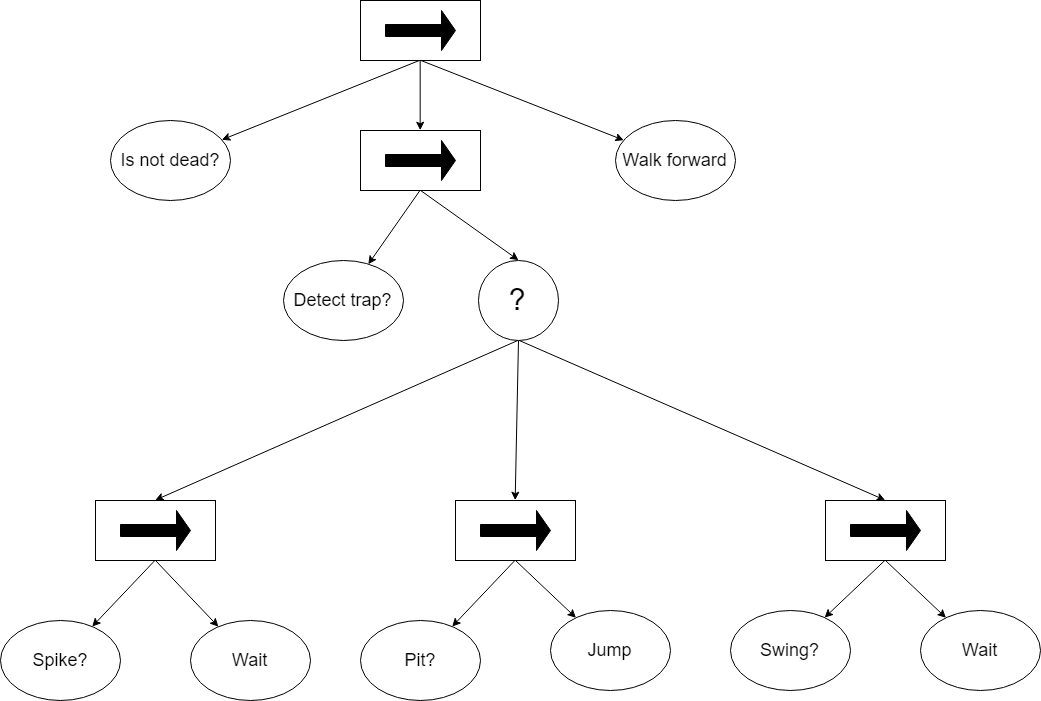
Above: Untitled Diagram.png in ace-english/hoard (draw.io), before the change. Source tidied: cells renumbered, new cells last; positions are measured from the earlier drawing's top-left corner, leaving out a move shared by most shapes.
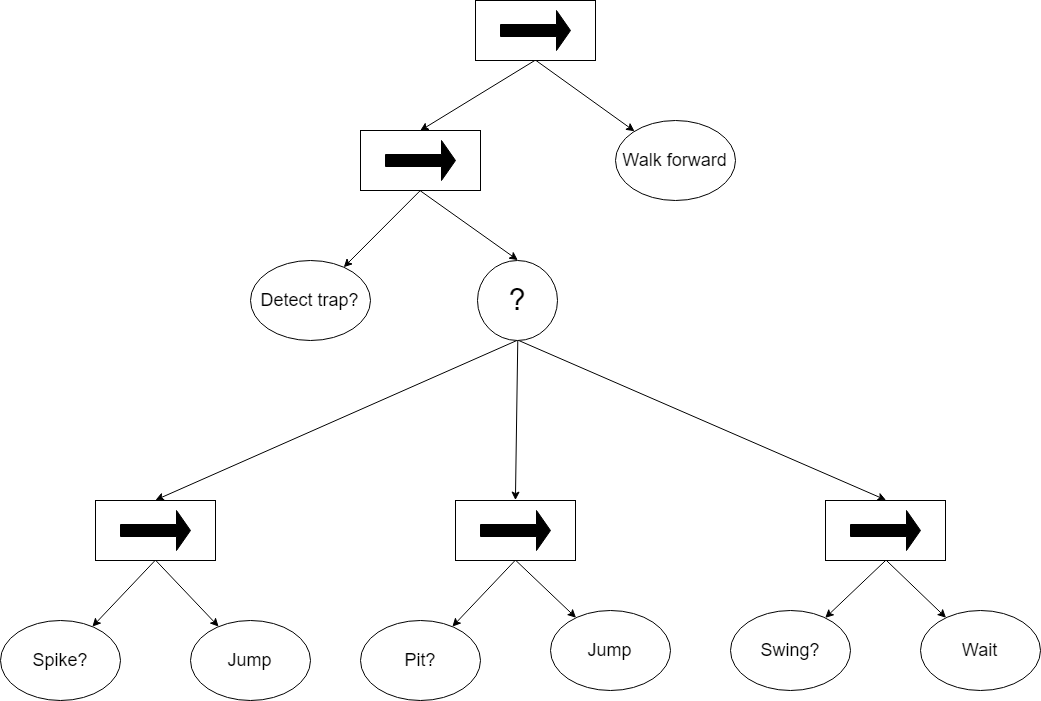
The same diagram one commit later.

Diff of the diagram source:
```diff
@@ -32,14 +32,11 @@
     <mxCell id="11" style="edgeStyle=none;rounded=0;jettySize=auto;html=1;exitX=0.5;exitY=1;exitDx=0;exitDy=0;" parent="1" edge="1" source="13" target="28">
       <mxGeometry relative="1" as="geometry" />
     </mxCell>
-    <mxCell id="12" style="edgeStyle=none;rounded=0;jettySize=auto;html=1;exitX=0.5;exitY=1;exitDx=0;exitDy=0;" parent="1" edge="1" source="13" target="27">
-      <mxGeometry relative="1" as="geometry" />
-    </mxCell>
     <mxCell id="13" style="rounded=0;whiteSpace=wrap;html=1;" parent="1" vertex="1">
-      <mxGeometry x="360" width="120" height="60" as="geometry" />
+      <mxGeometry x="475" width="120" height="60" as="geometry" />
     </mxCell>
     <mxCell id="14" style="shape=singleArrow;whiteSpace=wrap;html=1;fillColor=#00000;" parent="1" vertex="1">
-      <mxGeometry x="385" y="10" width="70" height="40" as="geometry" />
+      <mxGeometry x="500" y="10" width="70" height="40" as="geometry" />
     </mxCell>
     <mxCell id="15" style="edgeStyle=none;rounded=0;jettySize=auto;html=1;exitX=0.5;exitY=1;exitDx=0;exitDy=0;" parent="1" edge="1" source="17" target="31">
       <mxGeometry relative="1" as="geometry" />
@@ -77,16 +74,13 @@
     <mxCell id="26" style="shape=singleArrow;whiteSpace=wrap;html=1;fillColor=#00000;" parent="1" vertex="1">
       <mxGeometry x="850" y="510" width="70" height="40" as="geometry" />
     </mxCell>
-    <mxCell id="27" value="&lt;font style=&quot;font-size: 18px&quot;&gt;Is not dead?&lt;/font&gt;" style="ellipse;whiteSpace=wrap;html=1;fillColor=#FFFFFF;" parent="1" vertex="1">
-      <mxGeometry x="110" y="120" width="120" height="80" as="geometry" />
-    </mxCell>
     <mxCell id="28" value="&lt;font style=&quot;font-size: 18px&quot;&gt;Walk forward&lt;br&gt;&lt;/font&gt;" style="ellipse;whiteSpace=wrap;html=1;fillColor=#FFFFFF;" parent="1" vertex="1">
       <mxGeometry x="615" y="120" width="120" height="80" as="geometry" />
     </mxCell>
     <mxCell id="29" value="&lt;font style=&quot;font-size: 18px&quot;&gt;Detect trap?&lt;/font&gt;" style="ellipse;whiteSpace=wrap;html=1;fillColor=#FFFFFF;" parent="1" vertex="1">
-      <mxGeometry x="282.5" y="260" width="120" height="80" as="geometry" />
+      <mxGeometry x="250" y="260" width="120" height="80" as="geometry" />
     </mxCell>
-    <mxCell id="30" value="&lt;font style=&quot;font-size: 18px&quot;&gt;Wait&lt;/font&gt;" style="ellipse;whiteSpace=wrap;html=1;fillColor=#FFFFFF;" parent="1" vertex="1">
+    <mxCell id="30" value="&lt;font style=&quot;font-size: 18px&quot;&gt;Jump&lt;/font&gt;" style="ellipse;whiteSpace=wrap;html=1;fillColor=#FFFFFF;" parent="1" vertex="1">
       <mxGeometry x="190" y="620" width="120" height="80" as="geometry" />
     </mxCell>
     <mxCell id="31" value="&lt;font style=&quot;font-size: 18px&quot;&gt;Pit?&lt;/font&gt;" style="ellipse;whiteSpace=wrap;html=1;fillColor=#FFFFFF;" parent="1" vertex="1">
```
